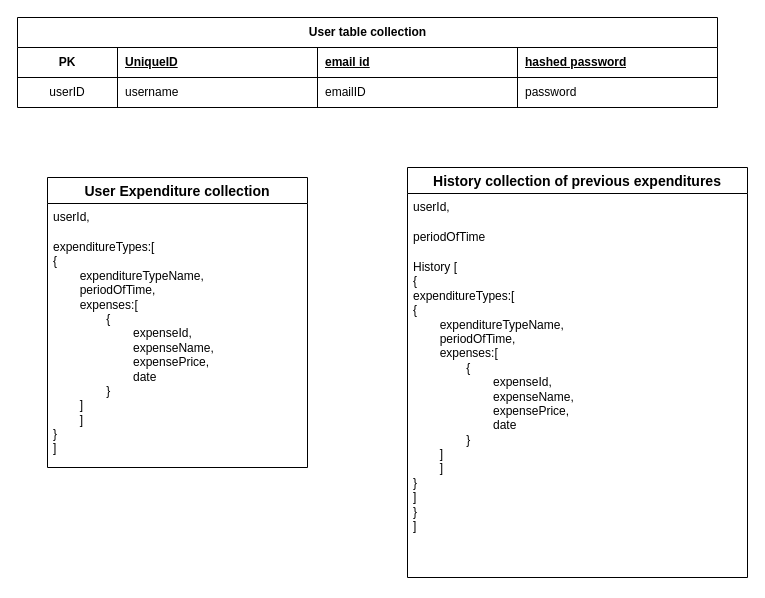
sathishsekarss/drawIOFiles keeps this draw.io diagram as page "Database schema" (5 of 6) of budgetTrackerApp.drawio. Above is the earlier version. Source tidied: cells renumbered, new cells numbered last; positions are measured from the earlier drawing's top-left corner, leaving out a move shared by most shapes. Both pictures are drawn from the tidied source at 100%, with x=0, y=0 at pixel (17, 17).
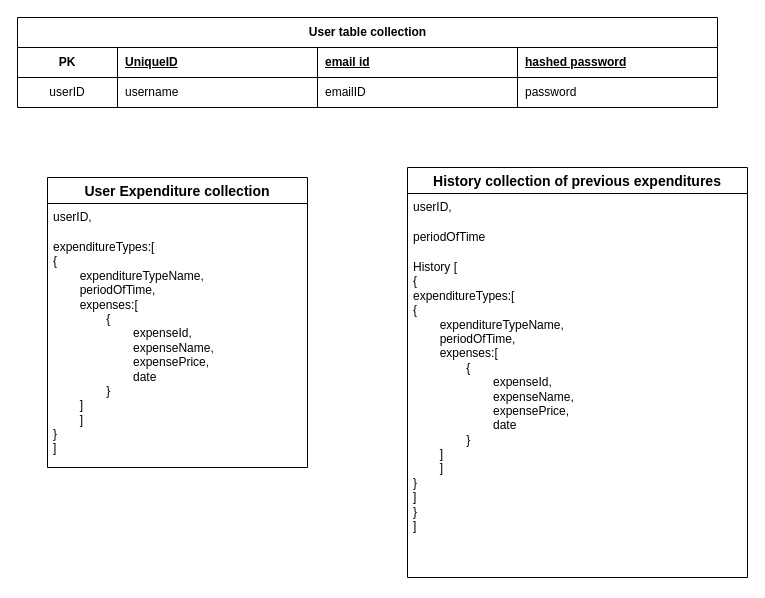
After the change.

The edit, as a diff of the source:
```diff
@@
 <mxGraphModel>
   <root>
     <mxCell id="0" />
     <mxCell id="1" parent="0" />
     <mxCell id="2" value="User table collection" style="shape=table;startSize=30;childLayout=tableLayout;rowLines=0;fontStyle=1;align=center;html=1;" parent="1" vertex="1">
       <mxGeometry width="700" height="90" as="geometry" />
     </mxCell>
     <mxCell id="3" style="shape=tableRow;horizontal=0;startSize=0;swimlaneHead=0;swimlaneBody=0;fillColor=none;top=0;left=0;right=0;bottom=1;" parent="2" vertex="1">
       <mxGeometry y="30" width="700" height="30" as="geometry" />
     </mxCell>
     <mxCell id="4" value="PK" style="shape=partialRectangle;fillColor=none;top=0;left=0;bottom=0;right=0;fontStyle=1;overflow=hidden;whiteSpace=wrap;html=1;" parent="3" vertex="1">
       <mxGeometry width="100" height="30" as="geometry" />
     </mxCell>
     <mxCell id="5" value="UniqueID" style="shape=partialRectangle;fillColor=none;top=0;left=0;bottom=0;right=0;align=left;spacingLeft=6;fontStyle=5;overflow=hidden;whiteSpace=wrap;html=1;" parent="3" vertex="1">
       <mxGeometry x="100" width="200" height="30" as="geometry" />
     </mxCell>
     <mxCell id="6" value="email id" style="shape=partialRectangle;fillColor=none;top=0;left=0;bottom=0;right=0;align=left;spacingLeft=6;fontStyle=5;overflow=hidden;whiteSpace=wrap;html=1;" parent="3" vertex="1">
       <mxGeometry x="300" width="200" height="30" as="geometry" />
     </mxCell>
     <mxCell id="7" value="hashed password" style="shape=partialRectangle;fillColor=none;top=0;left=0;bottom=0;right=0;align=left;spacingLeft=6;fontStyle=5;overflow=hidden;whiteSpace=wrap;html=1;" parent="3" vertex="1">
       <mxGeometry x="500" width="200" height="30" as="geometry" />
     </mxCell>
     <mxCell id="8" style="shape=tableRow;horizontal=0;startSize=0;swimlaneHead=0;swimlaneBody=0;fillColor=none;top=0;left=0;right=0;bottom=0;" parent="2" vertex="1">
       <mxGeometry y="60" width="700" height="30" as="geometry" />
     </mxCell>
     <mxCell id="9" value="userID" style="shape=partialRectangle;fillColor=none;top=0;left=0;bottom=0;right=0;overflow=hidden;whiteSpace=wrap;html=1;" parent="8" vertex="1">
       <mxGeometry width="100" height="30" as="geometry" />
     </mxCell>
     <mxCell id="10" value="username" style="shape=partialRectangle;fillColor=none;top=0;left=0;bottom=0;right=0;align=left;spacingLeft=6;overflow=hidden;whiteSpace=wrap;html=1;" parent="8" vertex="1">
       <mxGeometry x="100" width="200" height="30" as="geometry" />
     </mxCell>
     <mxCell id="11" value="emailID" style="shape=partialRectangle;fillColor=none;top=0;left=0;bottom=0;right=0;align=left;spacingLeft=6;overflow=hidden;whiteSpace=wrap;html=1;" parent="8" vertex="1">
       <mxGeometry x="300" width="200" height="30" as="geometry" />
     </mxCell>
     <mxCell id="12" value="password" style="shape=partialRectangle;fillColor=none;top=0;left=0;bottom=0;right=0;align=left;spacingLeft=6;overflow=hidden;whiteSpace=wrap;html=1;" parent="8" vertex="1">
       <mxGeometry x="500" width="200" height="30" as="geometry" />
     </mxCell>
     <mxCell id="13" value="User Expenditure collection" style="swimlane;fontStyle=1;horizontal=1;startSize=26;align=center;fontSize=14;" parent="1" vertex="1">
       <mxGeometry x="30" y="160" width="260" height="290" as="geometry" />
     </mxCell>
-    <mxCell id="14" value="userId," style="text;strokeColor=none;fillColor=none;spacingLeft=4;spacingRight=4;overflow=hidden;fontSize=12;whiteSpace=wrap;html=1;" parent="13" vertex="1">
+    <mxCell id="14" value="&lt;span style=&quot;text-align: center;&quot;&gt;userID,&lt;/span&gt;" style="text;strokeColor=none;fillColor=none;spacingLeft=4;spacingRight=4;overflow=hidden;fontSize=12;whiteSpace=wrap;html=1;" parent="13" vertex="1">
       <mxGeometry y="26" width="260" height="30" as="geometry" />
     </mxCell>
     <mxCell id="15" value="expenditureTypes:[&lt;div&gt;{&lt;div&gt;&lt;span style=&quot;white-space: pre;&quot;&gt;&#9;&lt;/span&gt;expenditureTypeName,&lt;/div&gt;&lt;div&gt;&lt;span style=&quot;white-space: pre;&quot;&gt;&#9;&lt;/span&gt;periodOfTime,&lt;br&gt;&lt;div&gt;&lt;span style=&quot;white-space: pre;&quot;&gt;&#9;&lt;/span&gt;expenses:[&lt;/div&gt;&lt;div&gt;&lt;span style=&quot;white-space: pre;&quot;&gt;&#9;&lt;/span&gt;&lt;span style=&quot;white-space: pre;&quot;&gt;&#9;&lt;/span&gt;{&lt;/div&gt;&lt;div&gt;&lt;span style=&quot;white-space: pre;&quot;&gt;&#9;&lt;/span&gt;&lt;span style=&quot;white-space: pre;&quot;&gt;&#9;&lt;/span&gt;&lt;span style=&quot;white-space: pre;&quot;&gt;&#9;&lt;/span&gt;expenseId,&lt;br&gt;&lt;/div&gt;&lt;div&gt;&lt;span style=&quot;white-space: pre;&quot;&gt;&#9;&lt;/span&gt;&lt;span style=&quot;white-space: pre;&quot;&gt;&#9;&lt;/span&gt;&lt;span style=&quot;white-space: pre;&quot;&gt;&#9;&lt;/span&gt;expenseName,&lt;/div&gt;&lt;div&gt;&lt;span style=&quot;white-space: pre;&quot;&gt;&#9;&lt;/span&gt;&lt;span style=&quot;white-space: pre;&quot;&gt;&#9;&lt;/span&gt;&lt;span style=&quot;white-space: pre;&quot;&gt;&#9;&lt;/span&gt;expensePrice,&lt;/div&gt;&lt;div&gt;&lt;span style=&quot;white-space: pre;&quot;&gt;&#9;&lt;/span&gt;&lt;span style=&quot;white-space: pre;&quot;&gt;&#9;&lt;/span&gt;&lt;span style=&quot;white-space: pre;&quot;&gt;&#9;&lt;/span&gt;date&lt;/div&gt;&lt;div&gt;&lt;span style=&quot;white-space: pre;&quot;&gt;&#9;&lt;/span&gt;&lt;span style=&quot;white-space: pre;&quot;&gt;&#9;&lt;/span&gt;}&lt;/div&gt;&lt;div&gt;&lt;span style=&quot;white-space: pre;&quot;&gt;&#9;&lt;/span&gt;]&lt;/div&gt;&lt;div&gt;&lt;span style=&quot;white-space: pre;&quot;&gt;&#9;&lt;/span&gt;]&lt;br&gt;}&lt;/div&gt;&lt;div&gt;]&lt;/div&gt;&lt;/div&gt;&lt;/div&gt;" style="text;strokeColor=none;fillColor=none;spacingLeft=4;spacingRight=4;overflow=hidden;fontSize=12;whiteSpace=wrap;html=1;" parent="13" vertex="1">
       <mxGeometry y="56" width="260" height="234" as="geometry" />
     </mxCell>
     <mxCell id="16" value="History collection of previous expenditures" style="swimlane;fontStyle=1;horizontal=1;startSize=26;align=center;fontSize=14;" parent="1" vertex="1">
       <mxGeometry x="390" y="150" width="340" height="410" as="geometry" />
     </mxCell>
-    <mxCell id="17" value="userId," style="text;strokeColor=none;fillColor=none;spacingLeft=4;spacingRight=4;overflow=hidden;fontSize=12;whiteSpace=wrap;html=1;" parent="16" vertex="1">
+    <mxCell id="17" value="&lt;span style=&quot;text-align: center;&quot;&gt;userID,&lt;/span&gt;" style="text;strokeColor=none;fillColor=none;spacingLeft=4;spacingRight=4;overflow=hidden;fontSize=12;whiteSpace=wrap;html=1;" parent="16" vertex="1">
       <mxGeometry y="26" width="340" height="30" as="geometry" />
     </mxCell>
     <mxCell id="18" value="periodOfTime" style="text;strokeColor=none;fillColor=none;spacingLeft=4;spacingRight=4;overflow=hidden;fontSize=12;whiteSpace=wrap;html=1;" parent="16" vertex="1">
       <mxGeometry y="56" width="340" height="30" as="geometry" />
     </mxCell>
     <mxCell id="19" value="History [&lt;div&gt;{&lt;/div&gt;&lt;div&gt;expenditureTypes:[&lt;div&gt;{&lt;div&gt;&lt;span style=&quot;white-space: pre;&quot;&gt;&#9;&lt;/span&gt;expenditureTypeName,&lt;/div&gt;&lt;div&gt;&lt;span style=&quot;white-space: pre;&quot;&gt;&#9;&lt;/span&gt;periodOfTime,&lt;br&gt;&lt;div&gt;&lt;span style=&quot;white-space: pre;&quot;&gt;&#9;&lt;/span&gt;expenses:[&lt;/div&gt;&lt;div&gt;&lt;span style=&quot;white-space: pre;&quot;&gt;&#9;&lt;/span&gt;&lt;span style=&quot;white-space: pre;&quot;&gt;&#9;&lt;/span&gt;{&lt;/div&gt;&lt;div&gt;&lt;span style=&quot;white-space: pre;&quot;&gt;&#9;&lt;/span&gt;&lt;span style=&quot;white-space: pre;&quot;&gt;&#9;&lt;/span&gt;&lt;span style=&quot;white-space: pre;&quot;&gt;&#9;&lt;/span&gt;expenseId,&lt;br&gt;&lt;/div&gt;&lt;div&gt;&lt;span style=&quot;white-space: pre;&quot;&gt;&#9;&lt;/span&gt;&lt;span style=&quot;white-space: pre;&quot;&gt;&#9;&lt;/span&gt;&lt;span style=&quot;white-space: pre;&quot;&gt;&#9;&lt;/span&gt;expenseName,&lt;/div&gt;&lt;div&gt;&lt;span style=&quot;white-space: pre;&quot;&gt;&#9;&lt;/span&gt;&lt;span style=&quot;white-space: pre;&quot;&gt;&#9;&lt;/span&gt;&lt;span style=&quot;white-space: pre;&quot;&gt;&#9;&lt;/span&gt;expensePrice,&lt;/div&gt;&lt;div&gt;&lt;span style=&quot;white-space: pre;&quot;&gt;&#9;&lt;/span&gt;&lt;span style=&quot;white-space: pre;&quot;&gt;&#9;&lt;/span&gt;&lt;span style=&quot;white-space: pre;&quot;&gt;&#9;&lt;/span&gt;date&lt;/div&gt;&lt;div&gt;&lt;span style=&quot;white-space: pre;&quot;&gt;&#9;&lt;/span&gt;&lt;span style=&quot;white-space: pre;&quot;&gt;&#9;&lt;/span&gt;}&lt;/div&gt;&lt;div&gt;&lt;span style=&quot;white-space: pre;&quot;&gt;&#9;&lt;/span&gt;]&lt;/div&gt;&lt;div&gt;&lt;span style=&quot;white-space: pre;&quot;&gt;&#9;&lt;/span&gt;]&lt;br&gt;}&lt;/div&gt;&lt;div&gt;]&lt;/div&gt;&lt;/div&gt;&lt;/div&gt;&lt;/div&gt;&lt;div&gt;}&lt;/div&gt;&lt;div&gt;]&lt;/div&gt;" style="text;strokeColor=none;fillColor=none;spacingLeft=4;spacingRight=4;overflow=hidden;fontSize=12;whiteSpace=wrap;html=1;" parent="16" vertex="1">
       <mxGeometry y="86" width="340" height="324" as="geometry" />
     </mxCell>
   </root>
 </mxGraphModel>
```
